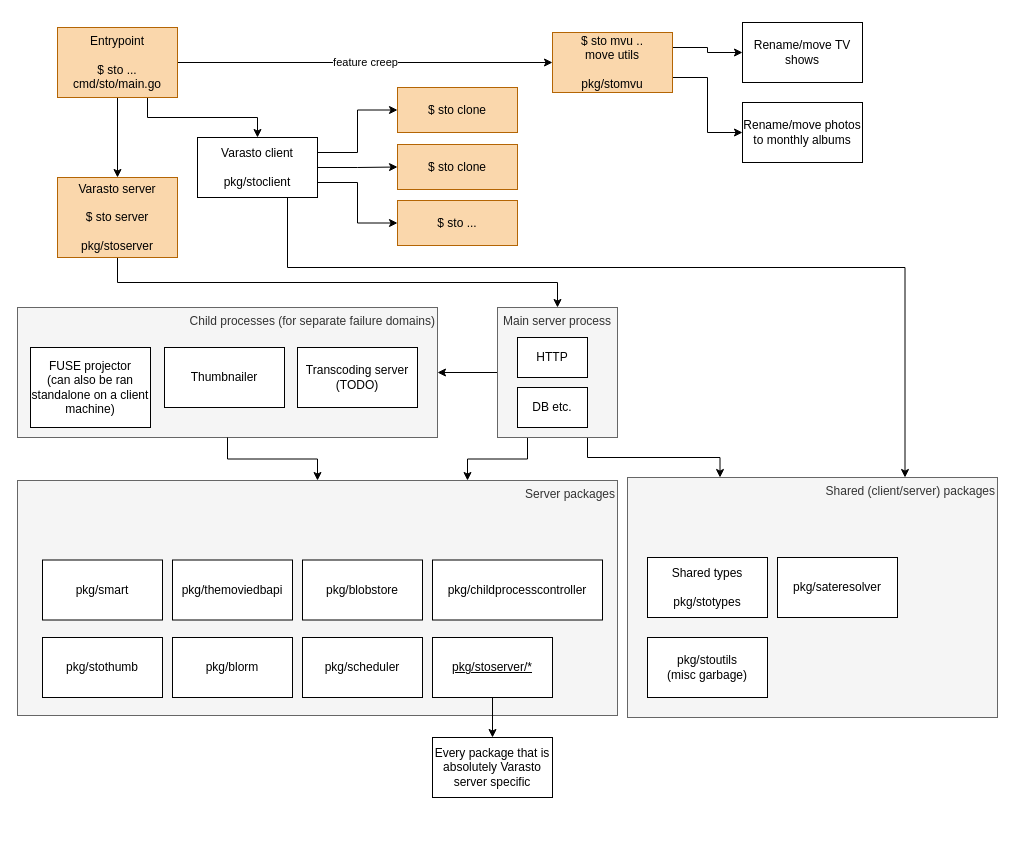
function61/varasto keeps this draw.io diagram as docs/design_codebase-drawing.drawio. Above is the earlier version. Source tidied: cells renumbered, new cells numbered last; positions are measured from the earlier drawing's top-left corner, leaving out a move shared by most shapes. Both pictures are drawn from the tidied source at 100%, with x=0, y=0 at pixel (17, 22).
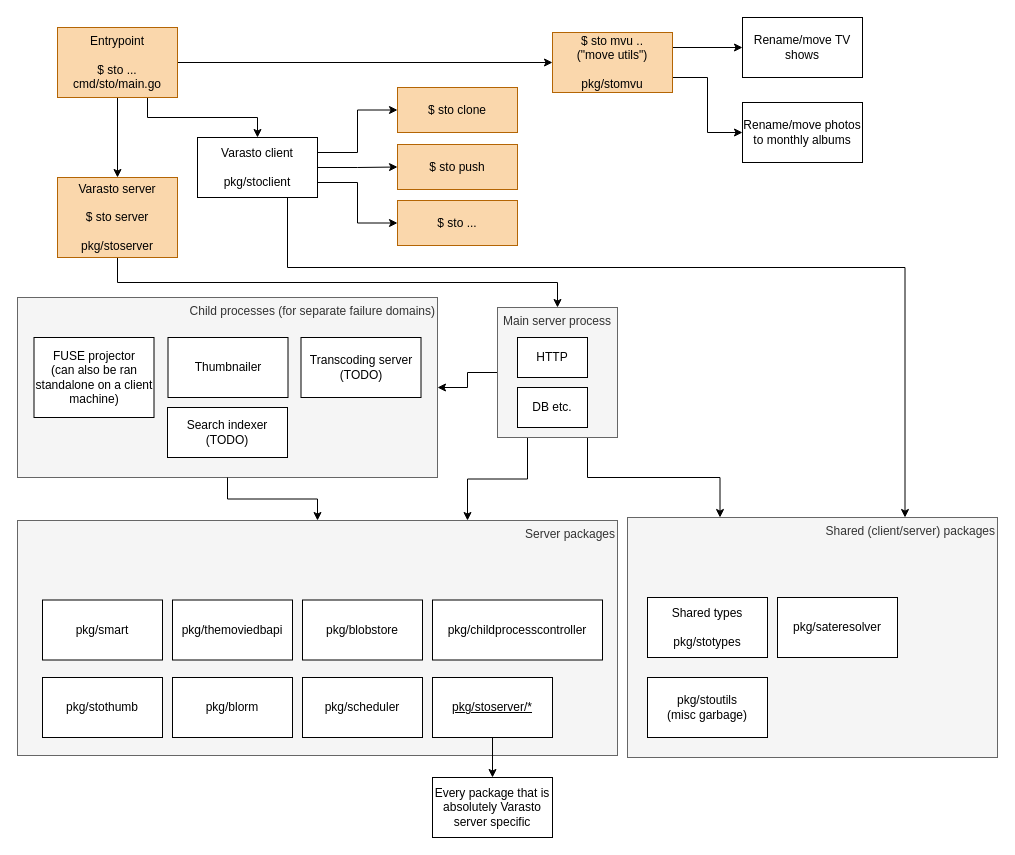
The same diagram, later.

Commit message (it also covers changes not shown here):
docs: codebase: improve drawing

The change refers to these unchanged cells:
```xml
<mxCell id="8" value="Entrypoint&lt;br&gt;&lt;br&gt;$ sto ...&lt;br&gt;cmd/sto/main.go" style="rounded=0;whiteSpace=wrap;html=1;fillColor=#fad7ac;strokeColor=#b46504;" parent="1" vertex="1">
  <mxGeometry x="40" y="5" width="120" height="70" as="geometry" />
</mxCell>
```

What changed in the source:
```diff
@@
     <mxCell id="2" value="Child processes (for separate failure domains)" style="rounded=0;whiteSpace=wrap;html=1;verticalAlign=top;align=right;fillColor=#f5f5f5;strokeColor=#666666;fontColor=#333333;" parent="1" vertex="1">
-      <mxGeometry y="285" width="420" height="130" as="geometry" />
+      <mxGeometry y="275" width="420" height="180" as="geometry" />
     </mxCell>
     <mxCell id="3" value="Server packages" style="rounded=0;whiteSpace=wrap;html=1;verticalAlign=top;align=right;fillColor=#f5f5f5;strokeColor=#666666;fontColor=#333333;" parent="1" vertex="1">
-      <mxGeometry y="458" width="600" height="235" as="geometry" />
+      <mxGeometry y="498" width="600" height="235" as="geometry" />
     </mxCell>
     <mxCell id="4" value="Shared (client/server) packages" style="rounded=0;whiteSpace=wrap;html=1;verticalAlign=top;align=right;fillColor=#f5f5f5;strokeColor=#666666;fontColor=#333333;" parent="1" vertex="1">
-      <mxGeometry x="610" y="455" width="370" height="240" as="geometry" />
+      <mxGeometry x="610" y="495" width="370" height="240" as="geometry" />
     </mxCell>
-    <mxCell id="5" value="feature creep" style="edgeStyle=orthogonalEdgeStyle;rounded=0;jettySize=auto;html=1;exitX=1;exitY=0.5;exitDx=0;exitDy=0;entryX=0;entryY=0.5;entryDx=0;entryDy=0;" parent="1" edge="1" source="8" target="18">
+    <mxCell id="5" style="edgeStyle=orthogonalEdgeStyle;rounded=0;jettySize=auto;html=1;exitX=1;exitY=0.5;exitDx=0;exitDy=0;entryX=0;entryY=0.5;entryDx=0;entryDy=0;" parent="1" edge="1" source="8" target="18">
       <mxGeometry relative="1" as="geometry" />
     </mxCell>
@@
-    <mxCell id="18" value="$ sto mvu ..&lt;br&gt;move utils&lt;br&gt;&lt;br&gt;pkg/stomvu" style="rounded=0;whiteSpace=wrap;html=1;fillColor=#fad7ac;strokeColor=#b46504;" parent="1" vertex="1">
+    <mxCell id="18" value="$ sto mvu ..&lt;br&gt;(&quot;move utils&quot;)&lt;br&gt;&lt;br&gt;pkg/stomvu" style="rounded=0;whiteSpace=wrap;html=1;fillColor=#fad7ac;strokeColor=#b46504;" parent="1" vertex="1">
       <mxGeometry x="535" y="10" width="120" height="60" as="geometry" />
     </mxCell>
     <mxCell id="19" value="Rename/move TV shows" style="rounded=0;whiteSpace=wrap;html=1;" parent="1" vertex="1">
-      <mxGeometry x="725" width="120" height="60" as="geometry" />
+      <mxGeometry x="725" y="-5" width="120" height="60" as="geometry" />
     </mxCell>
@@
     <mxCell id="21" value="pkg/smart" style="rounded=0;whiteSpace=wrap;html=1;" parent="1" vertex="1">
-      <mxGeometry x="25" y="537.5" width="120" height="60" as="geometry" />
+      <mxGeometry x="25" y="577.5" width="120" height="60" as="geometry" />
     </mxCell>
     <mxCell id="22" value="pkg/themoviedbapi" style="rounded=0;whiteSpace=wrap;html=1;" parent="1" vertex="1">
-      <mxGeometry x="155" y="537.5" width="120" height="60" as="geometry" />
+      <mxGeometry x="155" y="577.5" width="120" height="60" as="geometry" />
     </mxCell>
     <mxCell id="23" value="pkg/blobstore" style="rounded=0;whiteSpace=wrap;html=1;" parent="1" vertex="1">
-      <mxGeometry x="285" y="537.5" width="120" height="60" as="geometry" />
+      <mxGeometry x="285" y="577.5" width="120" height="60" as="geometry" />
     </mxCell>
     <mxCell id="24" value="pkg/childprocesscontroller" style="rounded=0;whiteSpace=wrap;html=1;" parent="1" vertex="1">
-      <mxGeometry x="415" y="537.5" width="170" height="60" as="geometry" />
+      <mxGeometry x="415" y="577.5" width="170" height="60" as="geometry" />
     </mxCell>
@@
     <mxCell id="29" value="Thumbnailer" style="rounded=0;whiteSpace=wrap;html=1;" parent="1" vertex="1">
-      <mxGeometry x="147" y="325" width="120" height="60" as="geometry" />
+      <mxGeometry x="150.5" y="315" width="120" height="60" as="geometry" />
     </mxCell>
     <mxCell id="30" value="FUSE projector&lt;br&gt;(can also be ran standalone on a client machine)" style="rounded=0;whiteSpace=wrap;html=1;" parent="1" vertex="1">
-      <mxGeometry x="13" y="325" width="120" height="80" as="geometry" />
+      <mxGeometry x="16.5" y="315" width="120" height="80" as="geometry" />
     </mxCell>
     <mxCell id="31" value="Transcoding server&lt;br&gt;(TODO)" style="rounded=0;whiteSpace=wrap;html=1;" parent="1" vertex="1">
-      <mxGeometry x="280" y="325" width="120" height="60" as="geometry" />
+      <mxGeometry x="283.5" y="315" width="120" height="60" as="geometry" />
     </mxCell>
@@
     <mxCell id="34" value="Shared types&lt;br&gt;&lt;br&gt;pkg/stotypes" style="rounded=0;whiteSpace=wrap;html=1;" parent="1" vertex="1">
-      <mxGeometry x="630" y="535" width="120" height="60" as="geometry" />
+      <mxGeometry x="630" y="575" width="120" height="60" as="geometry" />
     </mxCell>
     <mxCell id="35" value="pkg/stothumb" style="rounded=0;whiteSpace=wrap;html=1;" parent="1" vertex="1">
-      <mxGeometry x="25" y="615" width="120" height="60" as="geometry" />
+      <mxGeometry x="25" y="655" width="120" height="60" as="geometry" />
     </mxCell>
     <mxCell id="36" value="pkg/sateresolver" style="rounded=0;whiteSpace=wrap;html=1;" parent="1" vertex="1">
-      <mxGeometry x="760" y="535" width="120" height="60" as="geometry" />
+      <mxGeometry x="760" y="575" width="120" height="60" as="geometry" />
     </mxCell>
@@
     <mxCell id="38" value="pkg/stoserver/*" style="rounded=0;whiteSpace=wrap;html=1;fontStyle=4;" parent="1" vertex="1">
-      <mxGeometry x="415" y="615" width="120" height="60" as="geometry" />
+      <mxGeometry x="415" y="655" width="120" height="60" as="geometry" />
     </mxCell>
@@
     <mxCell id="41" value="pkg/blorm" style="rounded=0;whiteSpace=wrap;html=1;" parent="1" vertex="1">
-      <mxGeometry x="155" y="615" width="120" height="60" as="geometry" />
+      <mxGeometry x="155" y="655" width="120" height="60" as="geometry" />
     </mxCell>
-    <mxCell id="42" value="$ sto clone" style="rounded=0;whiteSpace=wrap;html=1;fillColor=#fad7ac;strokeColor=#b46504;" parent="1" vertex="1">
+    <mxCell id="42" value="$ sto push" style="rounded=0;whiteSpace=wrap;html=1;fillColor=#fad7ac;strokeColor=#b46504;" parent="1" vertex="1">
       <mxGeometry x="380" y="122" width="120" height="45" as="geometry" />
     </mxCell>
@@
     <mxCell id="44" value="pkg/scheduler" style="rounded=0;whiteSpace=wrap;html=1;" parent="1" vertex="1">
-      <mxGeometry x="285" y="615" width="120" height="60" as="geometry" />
+      <mxGeometry x="285" y="655" width="120" height="60" as="geometry" />
     </mxCell>
     <mxCell id="45" value="pkg/stoutils&lt;br&gt;(misc garbage)" style="rounded=0;whiteSpace=wrap;html=1;" parent="1" vertex="1">
-      <mxGeometry x="630" y="615" width="120" height="60" as="geometry" />
+      <mxGeometry x="630" y="655" width="120" height="60" as="geometry" />
     </mxCell>
     <mxCell id="46" value="Every package that is absolutely Varasto server specific" style="rounded=0;whiteSpace=wrap;html=1;align=center;" parent="1" vertex="1">
-      <mxGeometry x="415" y="715" width="120" height="60" as="geometry" />
+      <mxGeometry x="415" y="755" width="120" height="60" as="geometry" />
     </mxCell>
+    <mxCell id="47" value="Search indexer&lt;br&gt;(TODO)" style="rounded=0;whiteSpace=wrap;html=1;" parent="1" vertex="1">
+      <mxGeometry x="150" y="385" width="120" height="50" as="geometry" />
+    </mxCell>
```
